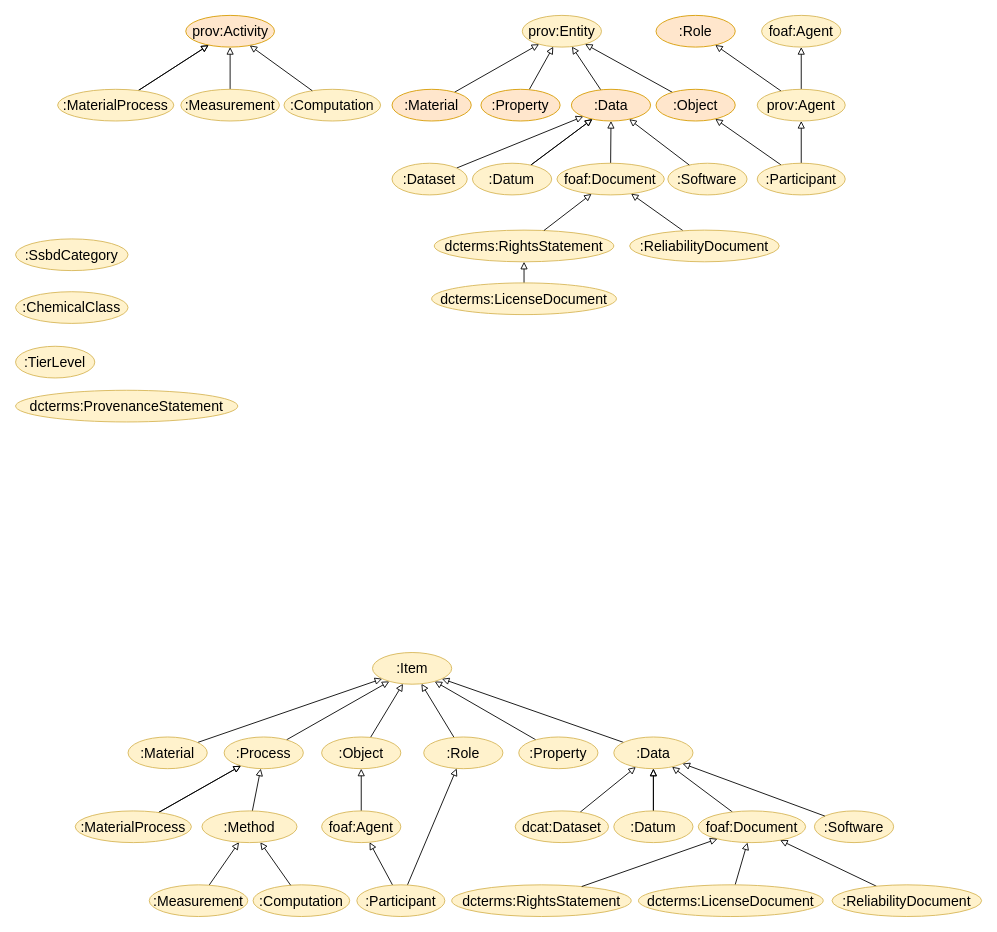
The draw.io diagram page "taxonomy" (1 of 3) of docs/figs/figures.drawio in PINK-project/PINK-annotation-schema, before the edit. Source tidied: cells renumbered, new cells numbered last; positions are measured from the earlier drawing's top-left corner, leaving out a move shared by most shapes. Both pictures are drawn from the tidied source at 88%, with x=0, y=0 at pixel (15, 15).
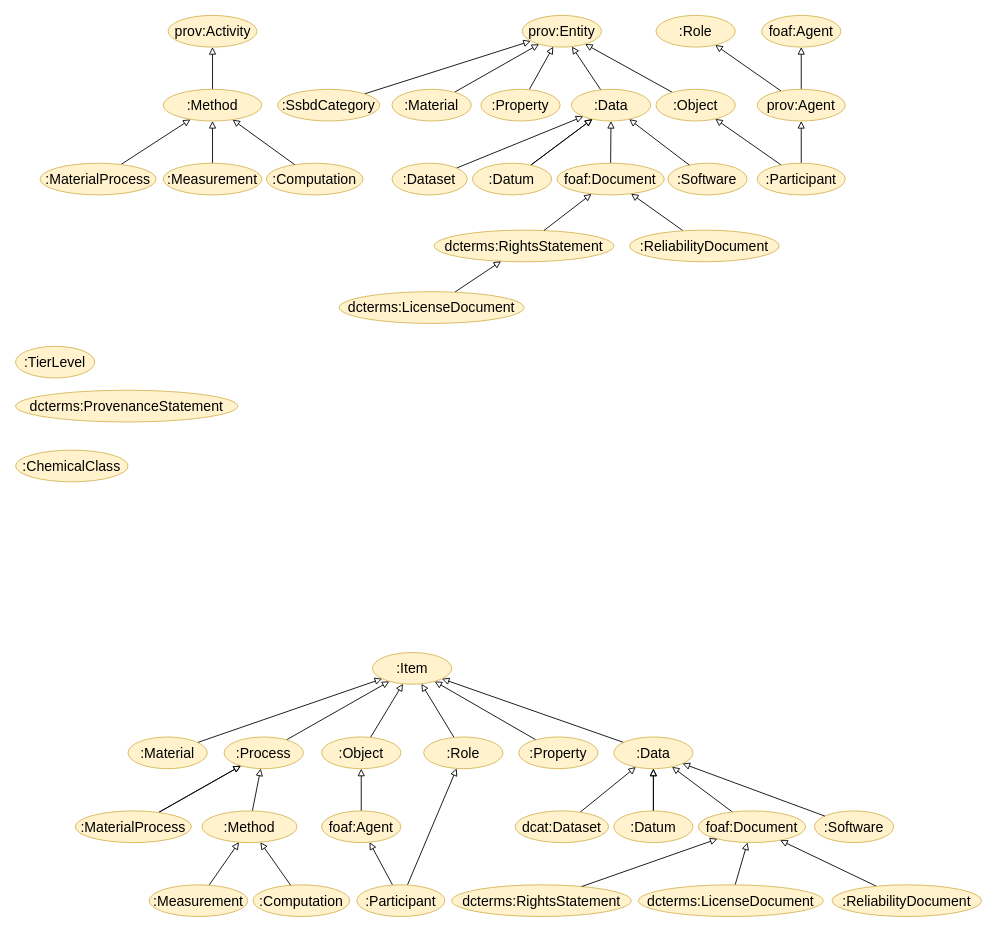
The same page after the edit.

Commit message (it also covers changes not shown here):
Added Method and SsbdCategory to the taxonomy figure

Unchanged cells that the change refers to:
```xml
<mxCell id="6" value="prov:Entity" style="ellipse;whiteSpace=wrap;html=1;fillColor=#fff2cc;strokeColor=#d6b656;fontSize=16;" parent="1" vertex="1">
  <mxGeometry x="576" width="90" height="36" as="geometry" />
</mxCell>
```

Diff of the diagram source:
```diff
@@
-    <mxCell id="7" value="prov:Activity" style="ellipse;whiteSpace=wrap;html=1;fillColor=#ffe6cc;strokeColor=#d79b00;fontSize=16;" parent="1" vertex="1">
-      <mxGeometry x="193.6" width="100.8" height="36" as="geometry" />
+    <mxCell id="7" value="prov:Activity" style="ellipse;whiteSpace=wrap;html=1;fillColor=#fff2cc;strokeColor=#d6b656;fontSize=16;" parent="1" vertex="1">
+      <mxGeometry x="173.6" width="100.8" height="36" as="geometry" />
     </mxCell>
-    <mxCell id="8" style="edgeStyle=none;shape=connector;rounded=0;jettySize=auto;html=1;strokeColor=default;align=center;verticalAlign=middle;fontFamily=Helvetica;fontSize=16;fontColor=default;labelBackgroundColor=default;endArrow=block;endFill=0;" parent="1" edge="1" source="26" target="7">
-      <mxGeometry relative="1" as="geometry" />
-    </mxCell>
-    <mxCell id="9" style="edgeStyle=none;shape=connector;rounded=0;jettySize=auto;html=1;strokeColor=default;align=center;verticalAlign=middle;fontFamily=Helvetica;fontSize=16;fontColor=default;labelBackgroundColor=default;endArrow=block;endFill=0;" parent="1" edge="1" source="26" target="7">
+    <mxCell id="9" style="edgeStyle=none;shape=connector;rounded=0;jettySize=auto;html=1;strokeColor=default;align=center;verticalAlign=middle;fontFamily=Helvetica;fontSize=16;fontColor=default;labelBackgroundColor=default;endArrow=block;endFill=0;" parent="1" edge="1" source="26" target="91">
       <mxGeometry relative="1" as="geometry" />
     </mxCell>
     <mxCell id="10" value=":Computation" style="ellipse;whiteSpace=wrap;html=1;fillColor=#fff2cc;strokeColor=#d6b656;fontSize=16;" parent="1" vertex="1">
-      <mxGeometry x="305.2" y="84" width="109.8" height="36" as="geometry" />
+      <mxGeometry x="285.2" y="168" width="109.8" height="36" as="geometry" />
     </mxCell>
-    <mxCell id="11" style="edgeStyle=none;shape=connector;rounded=0;jettySize=auto;html=1;strokeColor=default;align=center;verticalAlign=middle;fontFamily=Helvetica;fontSize=16;fontColor=default;labelBackgroundColor=default;endArrow=block;endFill=0;" parent="1" edge="1" source="12" target="7">
-      <mxGeometry relative="1" as="geometry" />
-    </mxCell>
+    <mxCell id="88" style="edgeStyle=none;shape=connector;rounded=0;jettySize=auto;html=1;labelBackgroundColor=default;strokeColor=default;fontFamily=Helvetica;fontSize=16;fontColor=default;endArrow=block;endFill=0;" parent="1" edge="1" source="12" target="91">
+      <mxGeometry relative="1" as="geometry" />
+    </mxCell>
     <mxCell id="12" value=":Measurement" style="ellipse;whiteSpace=wrap;html=1;fillColor=#fff2cc;strokeColor=#d6b656;fontSize=16;" parent="1" vertex="1">
-      <mxGeometry x="188" y="84" width="112" height="36" as="geometry" />
+      <mxGeometry x="168" y="168" width="112" height="36" as="geometry" />
     </mxCell>
-    <mxCell id="13" value=":Role" style="ellipse;whiteSpace=wrap;html=1;fillColor=#ffe6cc;strokeColor=#d79b00;fontSize=16;" parent="1" vertex="1">
+    <mxCell id="13" value=":Role" style="ellipse;whiteSpace=wrap;html=1;fillColor=#fff2cc;strokeColor=#d6b656;fontSize=16;" parent="1" vertex="1">
       <mxGeometry x="728" width="90" height="36" as="geometry" />
     </mxCell>
@@
-    <mxCell id="15" value=":Data" style="ellipse;whiteSpace=wrap;html=1;fillColor=#ffe6cc;strokeColor=#d79b00;fontSize=16;" parent="1" vertex="1">
+    <mxCell id="15" value=":Data" style="ellipse;whiteSpace=wrap;html=1;fillColor=#fff2cc;strokeColor=#d6b656;fontSize=16;" parent="1" vertex="1">
       <mxGeometry x="631.8" y="84" width="90" height="36" as="geometry" />
     </mxCell>
@@
-    <mxCell id="17" value=":Material" style="ellipse;whiteSpace=wrap;html=1;fillColor=#ffe6cc;strokeColor=#d79b00;fontSize=16;" parent="1" vertex="1">
+    <mxCell id="17" value=":Material" style="ellipse;whiteSpace=wrap;html=1;fillColor=#fff2cc;strokeColor=#d6b656;fontSize=16;" parent="1" vertex="1">
       <mxGeometry x="428" y="84" width="90" height="36" as="geometry" />
     </mxCell>
@@
-    <mxCell id="24" value=":Property" style="ellipse;whiteSpace=wrap;html=1;fillColor=#ffe6cc;strokeColor=#d79b00;fontSize=16;" parent="1" vertex="1">
+    <mxCell id="24" value=":Property" style="ellipse;whiteSpace=wrap;html=1;fillColor=#fff2cc;strokeColor=#d6b656;fontSize=16;" parent="1" vertex="1">
       <mxGeometry x="529" y="84" width="90" height="36" as="geometry" />
     </mxCell>
-    <mxCell id="25" style="edgeStyle=none;shape=connector;rounded=0;jettySize=auto;html=1;strokeColor=default;align=center;verticalAlign=middle;fontFamily=Helvetica;fontSize=16;fontColor=default;labelBackgroundColor=default;endArrow=block;endFill=0;" parent="1" edge="1" source="10" target="7">
+    <mxCell id="25" style="edgeStyle=none;shape=connector;rounded=0;jettySize=auto;html=1;strokeColor=default;align=center;verticalAlign=middle;fontFamily=Helvetica;fontSize=16;fontColor=default;labelBackgroundColor=default;endArrow=block;endFill=0;" parent="1" edge="1" source="10" target="91">
       <mxGeometry relative="1" as="geometry" />
     </mxCell>
     <mxCell id="26" value=":&lt;span style=&quot;background-color: transparent; color: light-dark(rgb(0, 0, 0), rgb(255, 255, 255));&quot;&gt;MaterialProcess&lt;/span&gt;" style="ellipse;whiteSpace=wrap;html=1;fillColor=#fff2cc;strokeColor=#d6b656;fontSize=16;" parent="1" vertex="1">
-      <mxGeometry x="48" y="84" width="132" height="36" as="geometry" />
+      <mxGeometry x="28" y="168" width="132" height="36" as="geometry" />
     </mxCell>
@@
     <mxCell id="33" value="dcterms:LicenseDocument" style="ellipse;whiteSpace=wrap;html=1;fillColor=#fff2cc;strokeColor=#d6b656;fontSize=16;" parent="1" vertex="1">
-      <mxGeometry x="473" y="304" width="210" height="36" as="geometry" />
+      <mxGeometry x="368" y="314" width="210" height="36" as="geometry" />
     </mxCell>
     <mxCell id="34" value=":ChemicalC&lt;span style=&quot;background-color: transparent; color: light-dark(rgb(0, 0, 0), rgb(255, 255, 255));&quot;&gt;lass&lt;/span&gt;" style="ellipse;whiteSpace=wrap;html=1;fillColor=#fff2cc;strokeColor=#d6b656;fontSize=16;" parent="1" vertex="1">
-      <mxGeometry x="0.2" y="314" width="127.8" height="36" as="geometry" />
+      <mxGeometry x="0.2" y="494" width="127.8" height="36" as="geometry" />
     </mxCell>
@@
-    <mxCell id="83" value=":Object" style="ellipse;whiteSpace=wrap;html=1;fillColor=#ffe6cc;strokeColor=#d79b00;fontSize=16;" parent="1" vertex="1">
+    <mxCell id="83" value=":Object" style="ellipse;whiteSpace=wrap;html=1;fillColor=#fff2cc;strokeColor=#d6b656;fontSize=16;" parent="1" vertex="1">
       <mxGeometry x="728" y="84" width="90" height="36" as="geometry" />
     </mxCell>
@@
+    <mxCell id="89" style="edgeStyle=none;shape=connector;rounded=0;jettySize=auto;html=1;labelBackgroundColor=default;strokeColor=default;fontFamily=Helvetica;fontSize=16;fontColor=default;endArrow=block;endFill=0;" parent="1" edge="1" source="87" target="6">
+      <mxGeometry relative="1" as="geometry" />
+    </mxCell>
     <mxCell id="87" value=":SsbdCategory" style="ellipse;whiteSpace=wrap;html=1;fillColor=#fff2cc;strokeColor=#d6b656;fontSize=16;" parent="1" vertex="1">
-      <mxGeometry x="0.2" y="254" width="127.8" height="36" as="geometry" />
+      <mxGeometry x="298" y="84" width="116" height="36" as="geometry" />
     </mxCell>
+    <mxCell id="90" style="edgeStyle=none;shape=connector;rounded=0;jettySize=auto;html=1;labelBackgroundColor=default;strokeColor=default;fontFamily=Helvetica;fontSize=16;fontColor=default;endArrow=block;endFill=0;" parent="1" edge="1" source="91" target="7">
+      <mxGeometry relative="1" as="geometry" />
+    </mxCell>
+    <mxCell id="91" value=":Method" style="ellipse;whiteSpace=wrap;html=1;fillColor=#fff2cc;strokeColor=#d6b656;fontSize=16;" parent="1" vertex="1">
+      <mxGeometry x="168" y="84" width="112" height="36" as="geometry" />
+    </mxCell>
```
